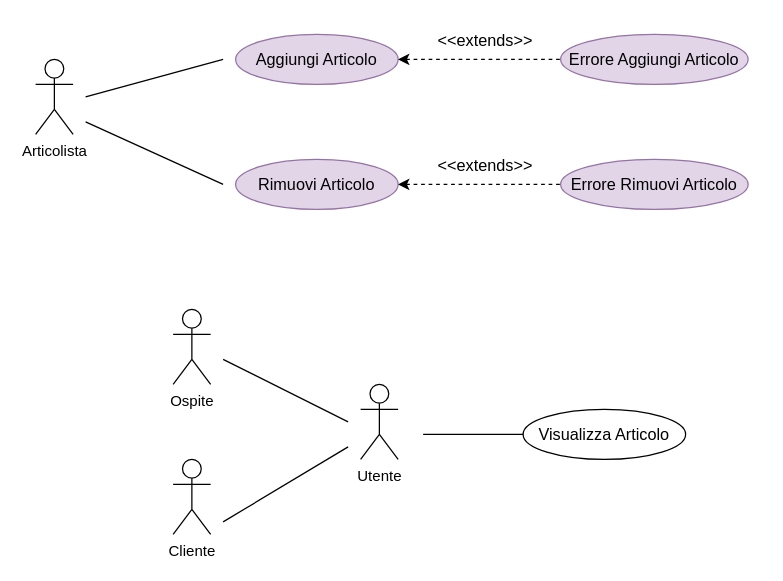
Above: 2021-11-11/Schemi/Use Cases/Gestione Articoli.drawio in is-shodan-20-21/docs (draw.io), before the change. Source tidied: cells renumbered, new cells numbered last; positions are measured from the earlier drawing's top-left corner, leaving out a move shared by most shapes. Both pictures are drawn from the tidied source at 125%, with x=0, y=0 at pixel (35, 21).
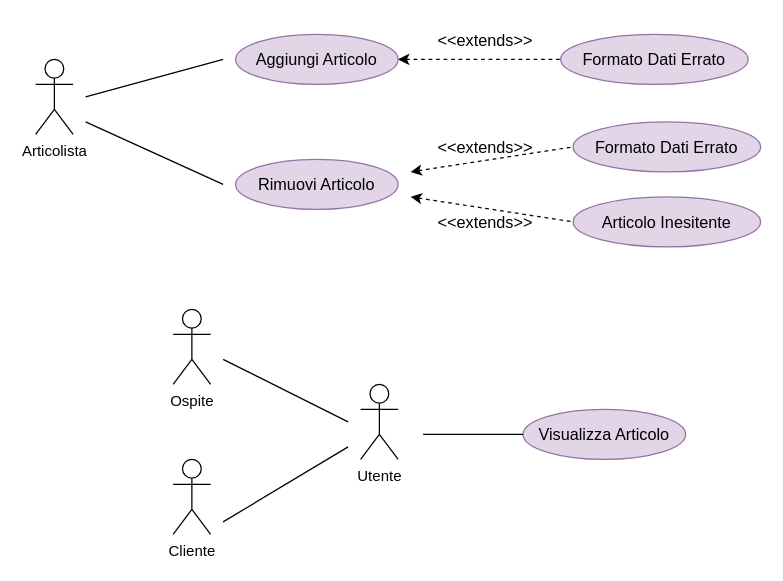
The same diagram, later.

Unchanged cells that the change refers to:
```xml
<mxCell id="11" value="Rimuovi Articolo" style="ellipse;whiteSpace=wrap;html=1;fontSize=13;fillColor=#e1d5e7;strokeColor=#9673a6;fontColor=default;" parent="1" vertex="1">
  <mxGeometry x="160" y="110" width="130" height="40" as="geometry" />
</mxCell>
```

Change to the diagram source:
```diff
@@
-    <mxCell id="8" value="&lt;font style=&quot;font-size: 13px&quot;&gt;Visualizza Articolo&lt;/font&gt;" style="ellipse;whiteSpace=wrap;html=1;fillColor=default;strokeColor=default;fontColor=default;" parent="1" vertex="1">
+    <mxCell id="8" value="&lt;font style=&quot;font-size: 13px&quot;&gt;Visualizza Articolo&lt;/font&gt;" style="ellipse;whiteSpace=wrap;html=1;fillColor=#e1d5e7;strokeColor=#9673a6;" parent="1" vertex="1">
       <mxGeometry x="390" y="310" width="130" height="40" as="geometry" />
     </mxCell>
@@
-    <mxCell id="14" value="Errore Aggiungi Articolo" style="ellipse;whiteSpace=wrap;html=1;fontSize=13;fillColor=#e1d5e7;strokeColor=#9673a6;fontColor=default;" parent="1" vertex="1">
+    <mxCell id="14" value="&lt;span&gt;Formato Dati Errato&lt;/span&gt;" style="ellipse;whiteSpace=wrap;html=1;fontSize=13;fillColor=#e1d5e7;strokeColor=#9673a6;fontColor=default;" parent="1" vertex="1">
       <mxGeometry x="420" y="10" width="150" height="40" as="geometry" />
     </mxCell>
@@
-    <mxCell id="16" style="endArrow=none;dashed=1;html=1;rounded=0;fontSize=13;startArrow=classic;startFill=1;entryX=0;entryY=0.5;entryDx=0;entryDy=0;exitX=1;exitY=0.5;exitDx=0;exitDy=0;strokeColor=default;labelBackgroundColor=default;fontColor=default;" parent="1" edge="1" source="11" target="17">
-      <mxGeometry relative="1" as="geometry" />
+    <mxCell id="16" style="endArrow=none;dashed=1;html=1;rounded=0;fontSize=13;startArrow=classic;startFill=1;entryX=0;entryY=0.5;entryDx=0;entryDy=0;strokeColor=default;labelBackgroundColor=default;fontColor=default;" parent="1" edge="1" target="17">
+      <mxGeometry relative="1" as="geometry">
+        <mxPoint x="300" y="120" as="sourcePoint" />
+      </mxGeometry>
     </mxCell>
-    <mxCell id="17" value="Errore Rimuovi Articolo" style="ellipse;whiteSpace=wrap;html=1;fontSize=13;fillColor=#e1d5e7;strokeColor=#9673a6;fontColor=default;" parent="1" vertex="1">
-      <mxGeometry x="420" y="110" width="150" height="40" as="geometry" />
+    <mxCell id="17" value="Formato Dati Errato" style="ellipse;whiteSpace=wrap;html=1;fontSize=13;fillColor=#e1d5e7;strokeColor=#9673a6;fontColor=default;" parent="1" vertex="1">
+      <mxGeometry x="430" y="80" width="150" height="40" as="geometry" />
     </mxCell>
@@
     <mxCell id="19" value="&amp;lt;&amp;lt;extends&amp;gt;&amp;gt;" style="text;html=1;strokeColor=none;fillColor=none;align=center;verticalAlign=middle;whiteSpace=wrap;rounded=0;fontSize=13;fontColor=default;" parent="1" vertex="1">
-      <mxGeometry x="320" y="100" width="80" height="30" as="geometry" />
+      <mxGeometry x="320" y="85" width="80" height="30" as="geometry" />
     </mxCell>
+    <mxCell id="20" value="Articolo Inesitente" style="ellipse;whiteSpace=wrap;html=1;fontSize=13;fillColor=#e1d5e7;strokeColor=#9673a6;fontColor=default;" parent="1" vertex="1">
+      <mxGeometry x="430" y="140" width="150" height="40" as="geometry" />
+    </mxCell>
+    <mxCell id="21" value="&amp;lt;&amp;lt;extends&amp;gt;&amp;gt;" style="text;html=1;strokeColor=none;fillColor=none;align=center;verticalAlign=middle;whiteSpace=wrap;rounded=0;fontSize=13;fontColor=default;" parent="1" vertex="1">
+      <mxGeometry x="320" y="145" width="80" height="30" as="geometry" />
+    </mxCell>
+    <mxCell id="22" style="endArrow=none;dashed=1;html=1;rounded=0;fontSize=13;startArrow=classic;startFill=1;entryX=0;entryY=0.5;entryDx=0;entryDy=0;strokeColor=default;labelBackgroundColor=default;fontColor=default;" parent="1" edge="1" target="20">
+      <mxGeometry relative="1" as="geometry">
+        <mxPoint x="300" y="140" as="sourcePoint" />
+      </mxGeometry>
+    </mxCell>
```
